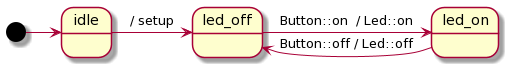
The PlantUML diagram doc/meeting-embedded-2020/images/design.png in boost-ext/sml, before a commit.
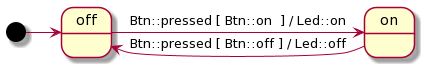
The same diagram one commit later.

What changed in the source:
```diff
@@ -1,8 +1,5 @@
 @startuml
-
-
-[*] -> idle
-idle -> led_off : / setup
-led_off -> led_on : Button::on  / Led::on
-led_on -> led_off : Button::off / Led::off
+  [*] -> off
+  off -> on  : Btn::pressed [ Btn::on  ] / Led::on
+  on  -> off : Btn::pressed [ Btn::off ] / Led::off
 @enduml
```
